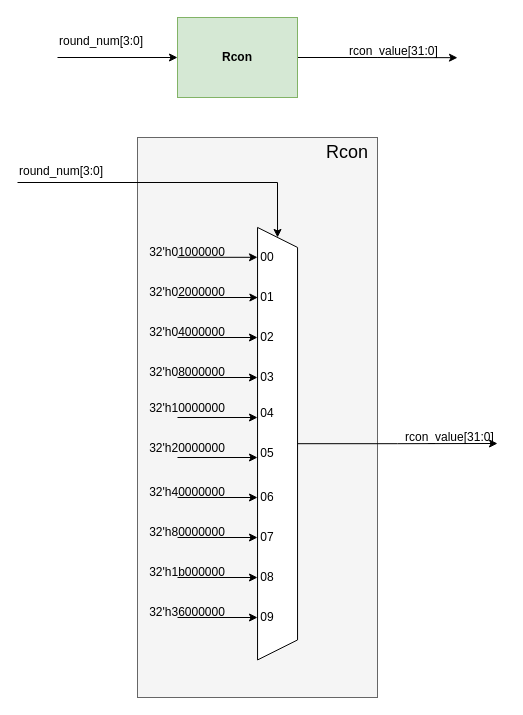
This is page "Rcon" (15 of 26) of AES128 Diagram.drawio from 106210049/AES-128, a draw.io file, before an edit. Source tidied: cells renumbered, new cells numbered last; positions are measured from the earlier drawing's top-left corner, leaving out a move shared by most shapes. Both pictures are drawn from the tidied source at 100%, with x=0, y=0 at pixel (17, 17).
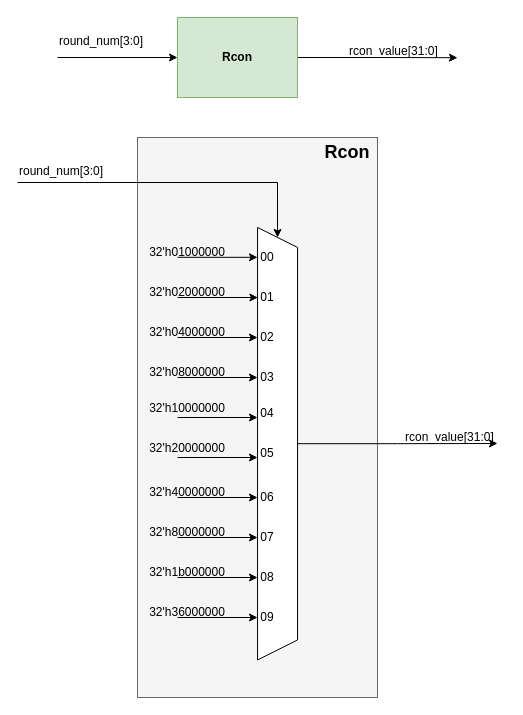
The same page after the edit.

The edit, as a diff of the source:
```diff
@@
-    <mxCell id="39" value="&lt;font style=&quot;font-size: 18px;&quot;&gt;Rcon&lt;/font&gt;" style="text;strokeColor=none;align=center;fillColor=none;html=1;verticalAlign=middle;whiteSpace=wrap;rounded=0;" parent="1" vertex="1">
+    <mxCell id="39" value="&lt;font style=&quot;font-size: 18px;&quot;&gt;Rcon&lt;/font&gt;" style="text;strokeColor=none;align=center;fillColor=none;html=1;verticalAlign=middle;whiteSpace=wrap;rounded=0;fontStyle=1;" parent="1" vertex="1">
       <mxGeometry x="300" y="120" width="60" height="30" as="geometry" />
     </mxCell>
```
